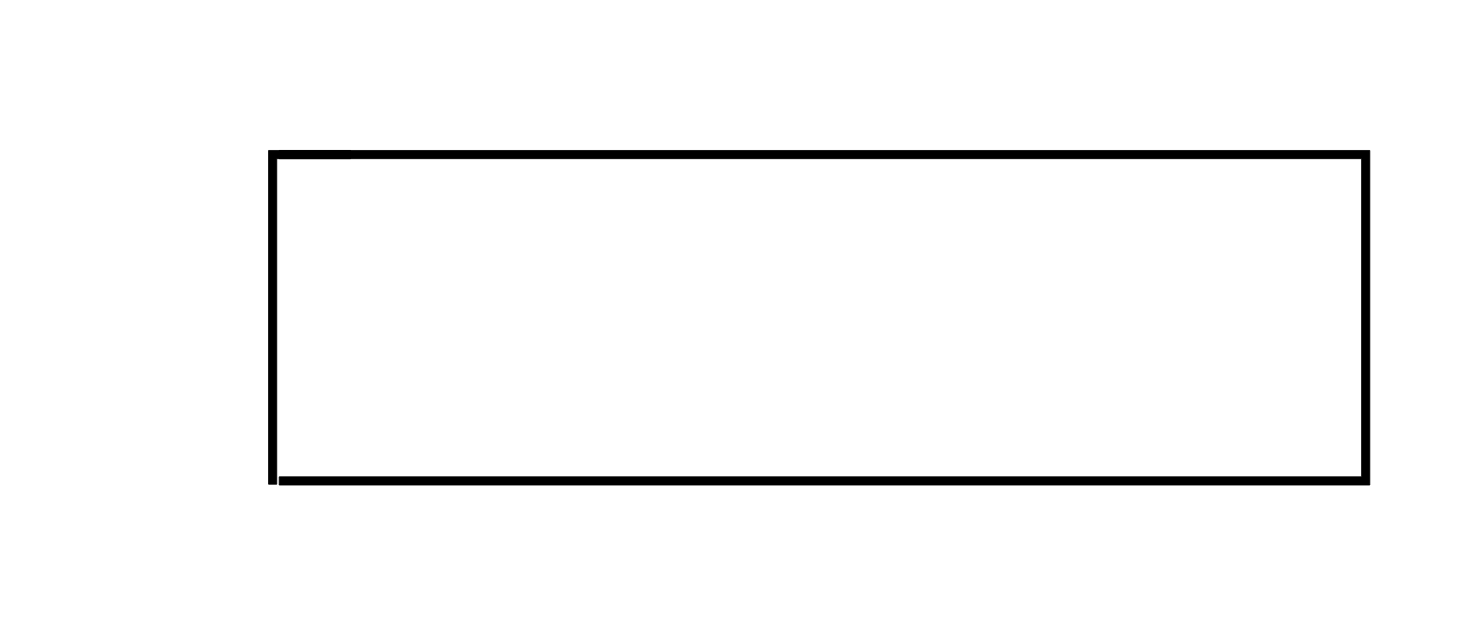
This is Land_Kolia.drawio from nayan112/Diagrams, a draw.io file, before an edit. Source tidied: cells renumbered, new cells numbered last; positions are measured from the earlier drawing's top-left corner, leaving out a move shared by most shapes. Both pictures are drawn from the tidied source at 82%, with x=0, y=0 at pixel (268, -228). Pictures stored in the file or linked from it are replaced by grey dashed boxes.
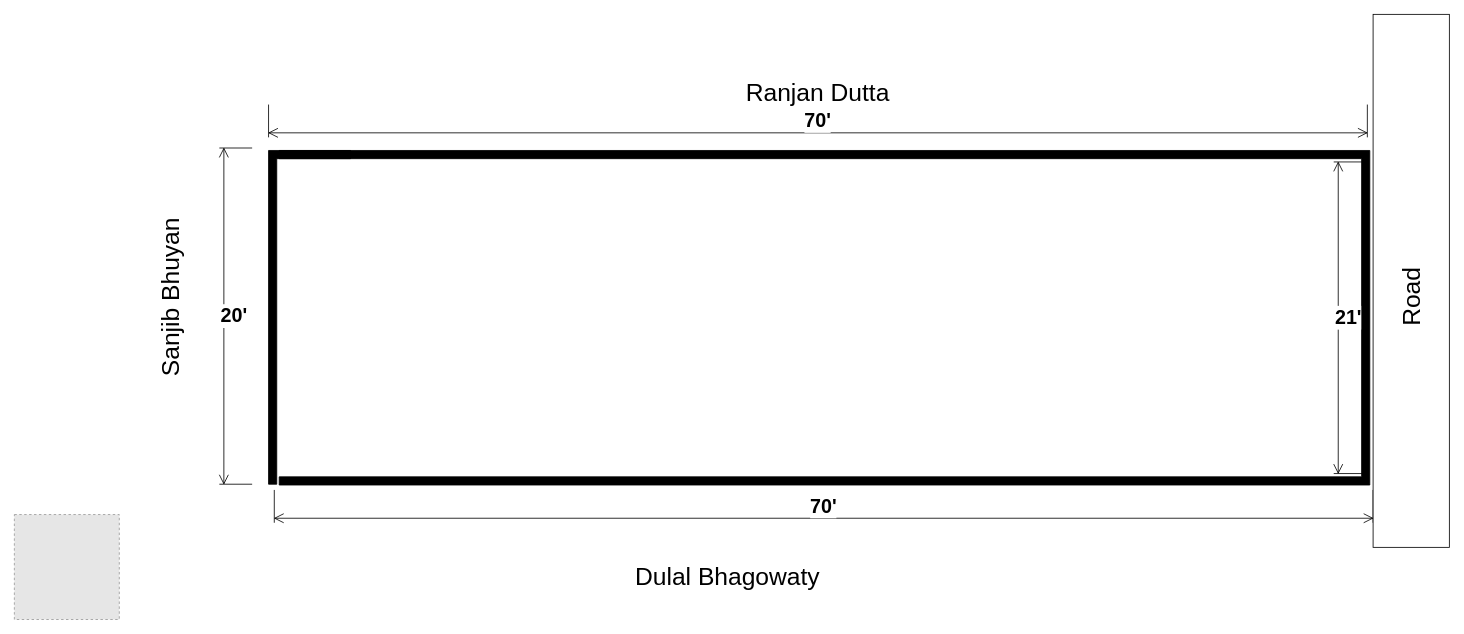
The same page after the edit.

The edit, as a diff of the source:
```diff
@@
 <mxGraphModel background="#ffffff">
   <root>
     <mxCell id="0" />
     <mxCell id="1" parent="0" />
     <mxCell id="2" style="verticalLabelPosition=bottom;html=1;verticalAlign=top;align=center;strokeWidth=1;shape=mxgraph.floorplan.wallCorner;fillColor=#000000;rounded=0;shadow=0;comic=0;fontFamily=Verdana;fontSize=12;" parent="1" vertex="1">
       <mxGeometry y="461" width="100" height="407" as="geometry" />
     </mxCell>
     <mxCell id="3" style="verticalLabelPosition=bottom;html=1;verticalAlign=top;align=center;strokeWidth=1;shape=mxgraph.floorplan.wallU;fillColor=#000000;rounded=0;shadow=0;comic=0;fontFamily=Verdana;fontSize=12;rotation=90;" parent="1" vertex="1">
       <mxGeometry x="474" width="408" height="1330" as="geometry" />
     </mxCell>
+    <mxCell id="4" value="21'" style="shape=dimension;direction=south;whiteSpace=wrap;html=1;align=left;verticalAlign=middle;labelBackgroundColor=#ffffff;fontSize=24;fontStyle=1;" parent="1" vertex="1">
+      <mxGeometry x="1299" y="475" width="40" height="380" as="geometry" />
+    </mxCell>
+    <mxCell id="5" value="&lt;font style=&quot;font-size: 24px&quot;&gt;70'&lt;/font&gt;" style="shape=dimension;direction=east;whiteSpace=wrap;html=1;align=center;verticalAlign=middle;labelBackgroundColor=#ffffff;fontStyle=1;" parent="1" vertex="1">
+      <mxGeometry y="405" width="1340" height="40" as="geometry" />
+    </mxCell>
+    <mxCell id="6" value="20'" style="shape=dimension;direction=south;whiteSpace=wrap;html=1;align=left;verticalAlign=middle;labelBackgroundColor=#ffffff;fontSize=24;fontStyle=1;" parent="1" vertex="1">
+      <mxGeometry x="-60" y="458" width="40" height="410" as="geometry" />
+    </mxCell>
+    <mxCell id="7" value="&lt;font style=&quot;font-size: 24px&quot;&gt;70'&lt;/font&gt;" style="shape=dimension;direction=east;whiteSpace=wrap;html=1;align=center;verticalAlign=middle;labelBackgroundColor=#ffffff;fontStyle=1;" parent="1" vertex="1">
+      <mxGeometry x="7" y="875" width="1340" height="40" as="geometry" />
+    </mxCell>
+    <mxCell id="8" style="fillColor=#E6E6E6;strokeColor=#999999;dashed=1;html=1;verticalAlign=top;verticalLabelPosition=bottom;labelBackgroundColor=#ffffff;fontSize=24;align=center;" parent="1" vertex="1">
+      <mxGeometry x="-310" y="905" width="128" height="128" as="geometry" />
+    </mxCell>
+    <mxCell id="9" value="Dulal Bhagowaty" style="text;html=1;strokeColor=none;fillColor=none;align=center;verticalAlign=middle;whiteSpace=wrap;rounded=0;fontSize=30;" parent="1" vertex="1">
+      <mxGeometry x="110" y="945" width="900" height="70" as="geometry" />
+    </mxCell>
+    <mxCell id="10" value="Sanjib Bhuyan" style="text;html=1;strokeColor=none;fillColor=none;align=center;verticalAlign=middle;whiteSpace=wrap;rounded=0;fontSize=30;rotation=270;" parent="1" vertex="1">
+      <mxGeometry x="-300" y="605" width="360" height="70" as="geometry" />
+    </mxCell>
+    <mxCell id="11" value="Ranjan Dutta" style="text;html=1;strokeColor=none;fillColor=none;align=center;verticalAlign=middle;whiteSpace=wrap;rounded=0;fontSize=30;" parent="1" vertex="1">
+      <mxGeometry x="220" y="355" width="900" height="70" as="geometry" />
+    </mxCell>
+    <mxCell id="12" style="rounded=0;whiteSpace=wrap;html=1;fontSize=30;align=center;direction=south;" parent="1" vertex="1">
+      <mxGeometry x="1347" y="295" width="93" height="650" as="geometry" />
+    </mxCell>
+    <mxCell id="13" value="Road" style="text;html=1;strokeColor=none;fillColor=none;align=center;verticalAlign=middle;whiteSpace=wrap;rounded=0;fontSize=30;rotation=270;" parent="1" vertex="1">
+      <mxGeometry x="1283.5" y="597.5" width="220" height="85" as="geometry" />
+    </mxCell>
   </root>
 </mxGraphModel>
```
